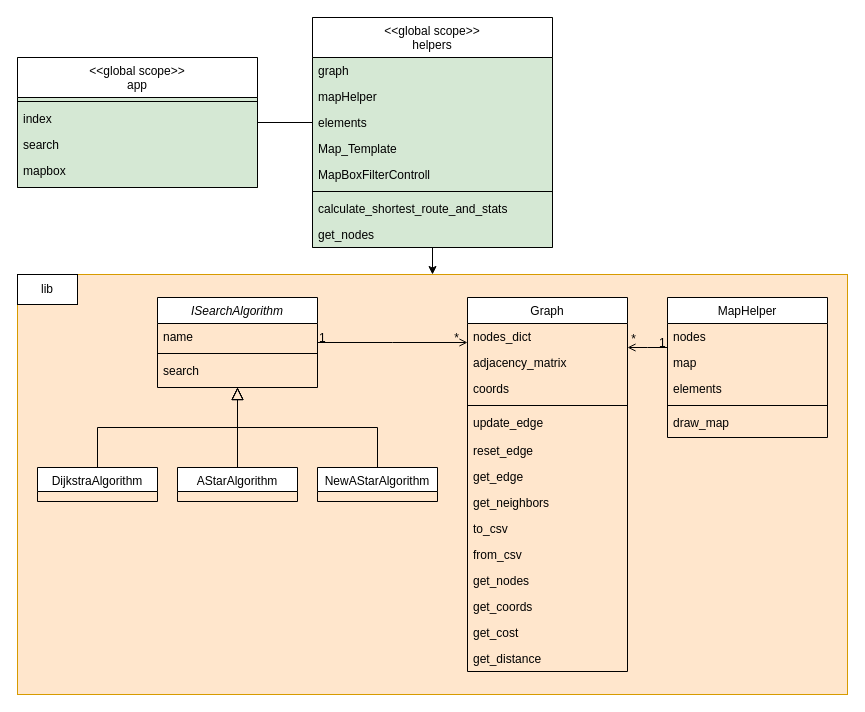
Above: doc/class_diagram.drawio in bebauke/ald_proj (draw.io), before the change. Source tidied: cells renumbered, new cells numbered last; positions are measured from the earlier drawing's top-left corner, leaving out a move shared by most shapes. Both pictures are drawn from the tidied source at 100%, with x=0, y=0 at pixel (17, 17).
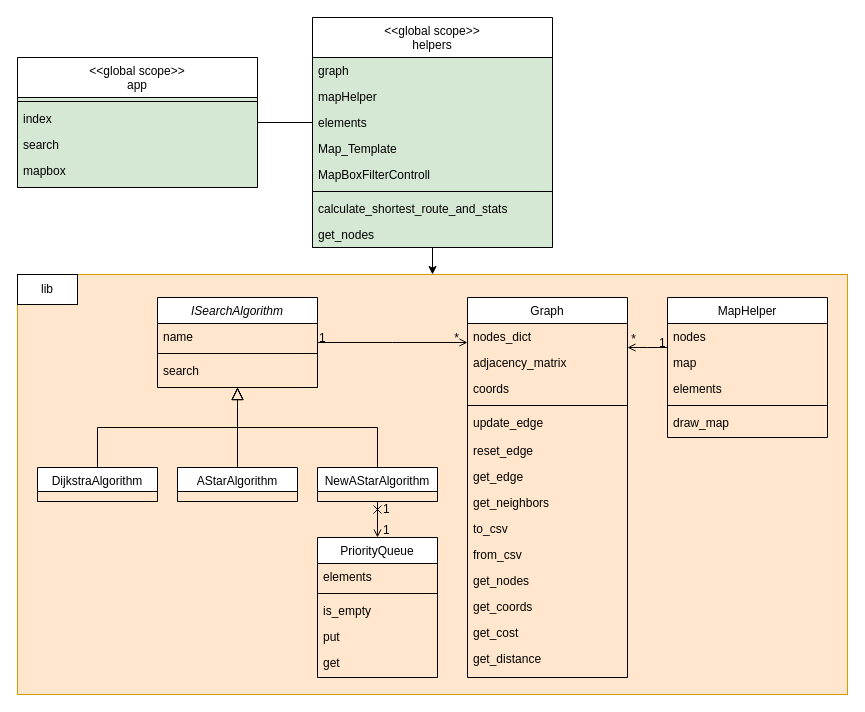
The same diagram, later.

Commit message (it also covers changes not shown here):
Aktualisiere Klassendiagramm-Bild

The change refers to these unchanged cells:
```xml
<mxCell id="28" value="NewAStarAlgorithm" style="swimlane;fontStyle=0;align=center;verticalAlign=top;horizontal=1;startSize=24;rounded=0;shadow=0;strokeWidth=1;" parent="1" vertex="1">
  <mxGeometry x="300" y="450" width="120" height="34" as="geometry" />
</mxCell>
```

Diff of the diagram source:
```diff
@@
     <mxCell id="9" value="Graph" style="swimlane;fontStyle=0;align=center;verticalAlign=top;horizontal=1;startSize=26;rounded=0;shadow=0;strokeWidth=1;" parent="1" vertex="1">
-      <mxGeometry x="450" y="280" width="160" height="374" as="geometry" />
+      <mxGeometry x="450" y="280" width="160" height="380" as="geometry" />
     </mxCell>
@@
     <mxCell id="23" value="get_distance" style="text;align=left;verticalAlign=top;spacingLeft=4;spacingRight=4;overflow=hidden;" parent="9" vertex="1">
-      <mxGeometry y="348" width="160" height="26" as="geometry" />
+      <mxGeometry y="348" width="160" height="32" as="geometry" />
     </mxCell>
@@
+    <mxCell id="59" style="edgeStyle=orthogonalEdgeStyle;rounded=0;jettySize=auto;html=1;entryX=0.5;entryY=0;entryDx=0;entryDy=0;endArrow=open;endFill=0;startArrow=cross;startFill=0;" parent="1" edge="1" source="28" target="60">
+      <mxGeometry relative="1" as="geometry" />
+    </mxCell>
@@
+    <mxCell id="60" value="PriorityQueue" style="swimlane;fontStyle=0;align=center;verticalAlign=top;horizontal=1;startSize=26;rounded=0;shadow=0;strokeWidth=1;" parent="1" vertex="1">
+      <mxGeometry x="300" y="520" width="120" height="140" as="geometry" />
+    </mxCell>
+    <mxCell id="61" value="elements" style="text;align=left;verticalAlign=top;spacingLeft=4;spacingRight=4;overflow=hidden;" parent="60" vertex="1">
+      <mxGeometry y="26" width="120" height="26" as="geometry" />
+    </mxCell>
+    <mxCell id="62" style="line;html=1;strokeWidth=1;align=left;verticalAlign=middle;spacingTop=-1;spacingLeft=3;spacingRight=3;labelPosition=right;" parent="60" vertex="1">
+      <mxGeometry y="52" width="120" height="8" as="geometry" />
+    </mxCell>
+    <mxCell id="63" value="is_empty" style="text;align=left;verticalAlign=top;spacingLeft=4;spacingRight=4;overflow=hidden;" parent="60" vertex="1">
+      <mxGeometry y="60" width="120" height="26" as="geometry" />
+    </mxCell>
+    <mxCell id="64" value="put" style="text;align=left;verticalAlign=top;spacingLeft=4;spacingRight=4;overflow=hidden;" parent="60" vertex="1">
+      <mxGeometry y="86" width="120" height="26" as="geometry" />
+    </mxCell>
+    <mxCell id="65" value="get" style="text;align=left;verticalAlign=top;spacingLeft=4;spacingRight=4;overflow=hidden;" parent="60" vertex="1">
+      <mxGeometry y="112" width="120" height="26" as="geometry" />
+    </mxCell>
+    <mxCell id="66" value="1" style="align=left;verticalAlign=bottom;labelBackgroundColor=none;fontSize=12;" parent="1" vertex="1">
+      <mxGeometry x="364" y="521" as="geometry" />
+    </mxCell>
+    <mxCell id="67" value="1" style="align=left;verticalAlign=bottom;labelBackgroundColor=none;fontSize=12;" parent="1" vertex="1">
+      <mxGeometry x="364" y="500" as="geometry" />
+    </mxCell>
```
